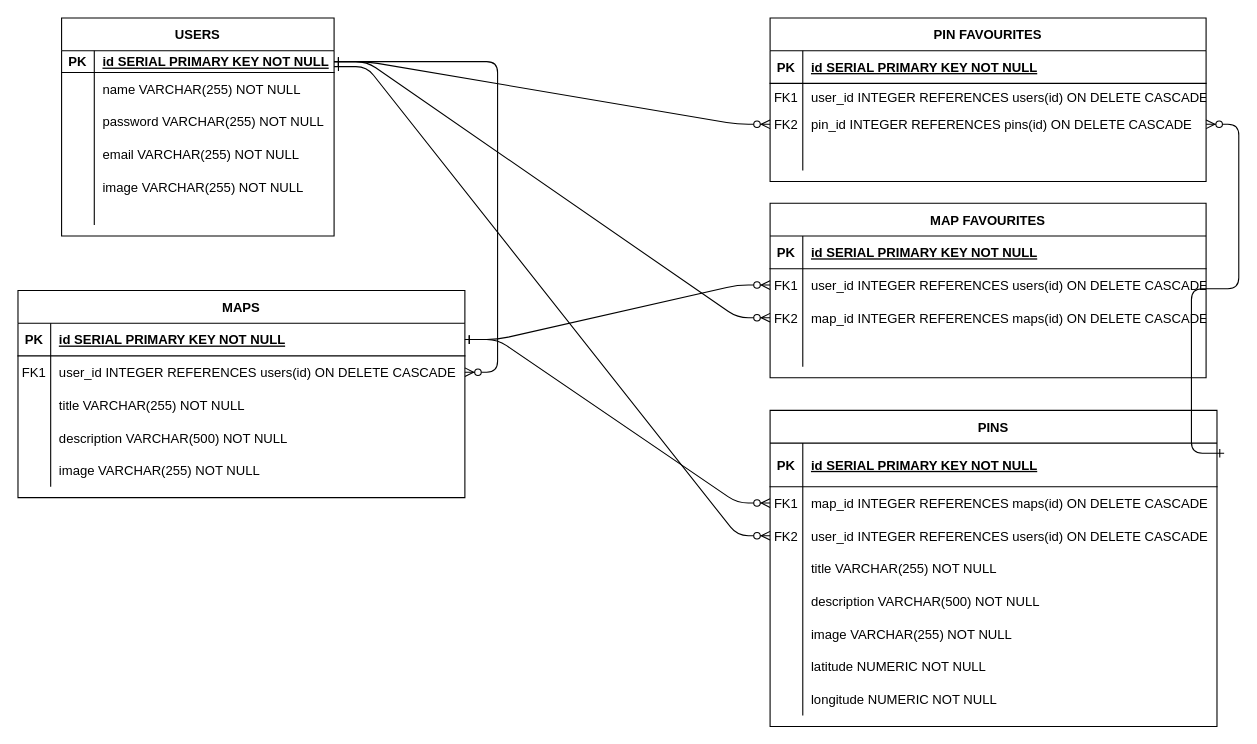
This is Untitled Diagram.drawio from Jason-Wall/lhl-midterm, a draw.io file, before an edit. Source tidied: cells renumbered, new cells numbered last; positions are measured from the earlier drawing's top-left corner, leaving out a move shared by most shapes. Both pictures are drawn from the tidied source at 109%, with x=0, y=0 at pixel (17, 17).
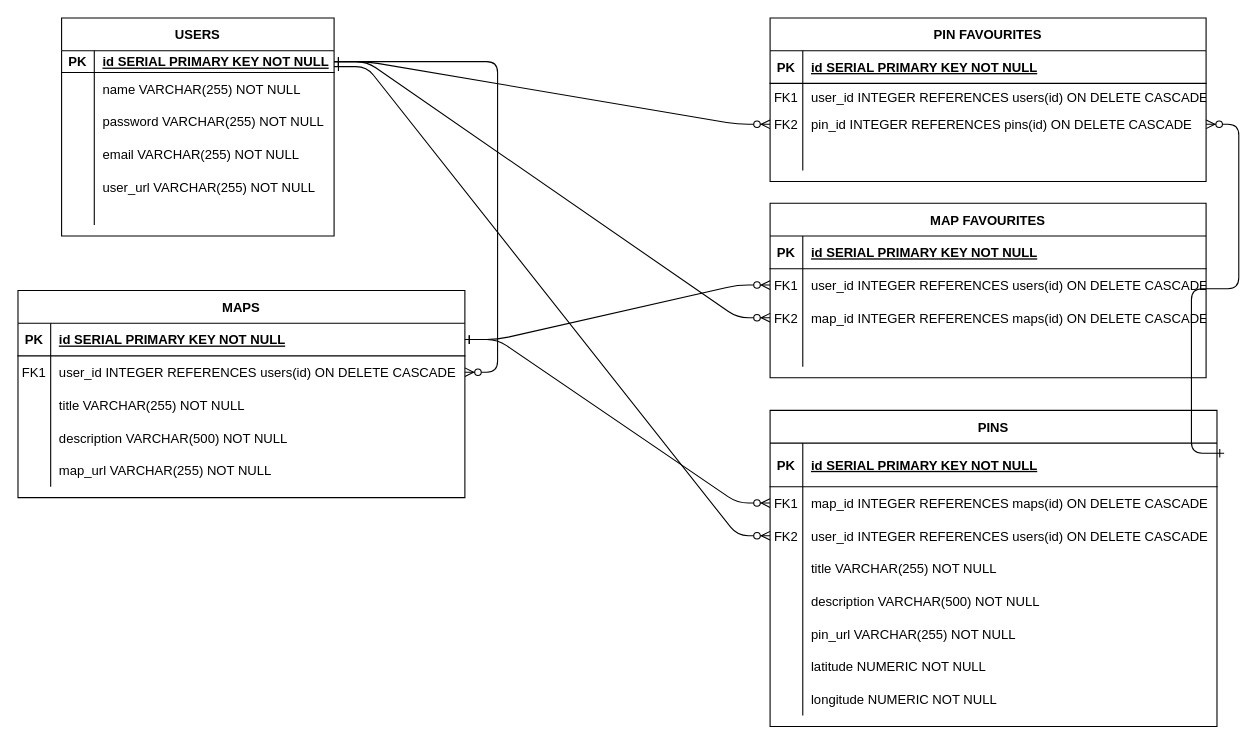
The same diagram, later.

The change refers to these unchanged cells:
```xml
<mxCell id="32" style="shape=partialRectangle;fillColor=none;top=0;left=0;right=0;bottom=0;" parent="16" vertex="1">
  <mxGeometry y="190" width="410" height="30" as="geometry" />
</mxCell>
<mxCell id="54" style="shape=partialRectangle;fillColor=none;top=0;left=0;right=0;bottom=0;" parent="41" vertex="1">
  <mxGeometry y="150" width="410" height="30" as="geometry" />
</mxCell>
<mxCell id="70" style="shape=partialRectangle;fillColor=none;top=0;left=0;right=0;bottom=0;" parent="57" vertex="1">
  <mxGeometry y="140" width="250" height="30" as="geometry" />
</mxCell>
```

Diff of the diagram source:
```diff
@@
-    <mxCell id="34" value="image VARCHAR(255) NOT NULL" style="shape=partialRectangle;overflow=hidden;fillColor=none;top=0;left=0;bottom=0;right=0;align=left;spacingLeft=6;" parent="32" vertex="1">
+    <mxCell id="34" value="pin_url VARCHAR(255) NOT NULL" style="shape=partialRectangle;overflow=hidden;fillColor=none;top=0;left=0;bottom=0;right=0;align=left;spacingLeft=6;" parent="32" vertex="1">
       <mxGeometry x="30" width="380" height="30" as="geometry" />
     </mxCell>
@@
-    <mxCell id="56" value="image VARCHAR(255) NOT NULL" style="shape=partialRectangle;overflow=hidden;fillColor=none;top=0;left=0;bottom=0;right=0;align=left;spacingLeft=6;" parent="54" vertex="1">
+    <mxCell id="56" value="map_url VARCHAR(255) NOT NULL" style="shape=partialRectangle;overflow=hidden;fillColor=none;top=0;left=0;bottom=0;right=0;align=left;spacingLeft=6;" parent="54" vertex="1">
       <mxGeometry x="30" width="380" height="30" as="geometry" />
     </mxCell>
@@
-    <mxCell id="72" value="image VARCHAR(255) NOT NULL" style="shape=partialRectangle;overflow=hidden;fillColor=none;top=0;left=0;bottom=0;right=0;align=left;spacingLeft=6;" parent="70" vertex="1">
+    <mxCell id="72" value="user_url VARCHAR(255) NOT NULL" style="shape=partialRectangle;overflow=hidden;fillColor=none;top=0;left=0;bottom=0;right=0;align=left;spacingLeft=6;" parent="70" vertex="1">
       <mxGeometry x="30" width="220" height="30" as="geometry" />
     </mxCell>
```
